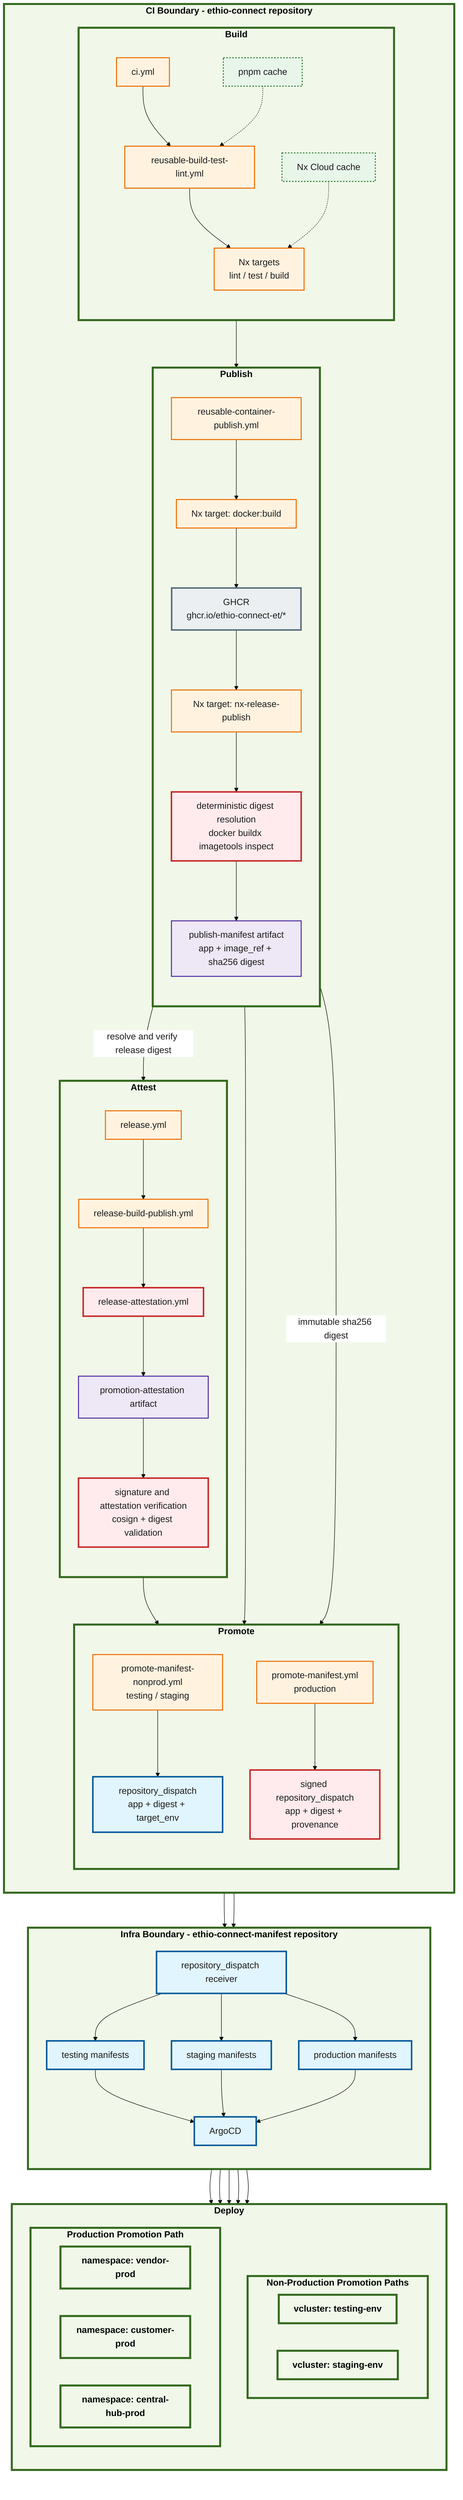
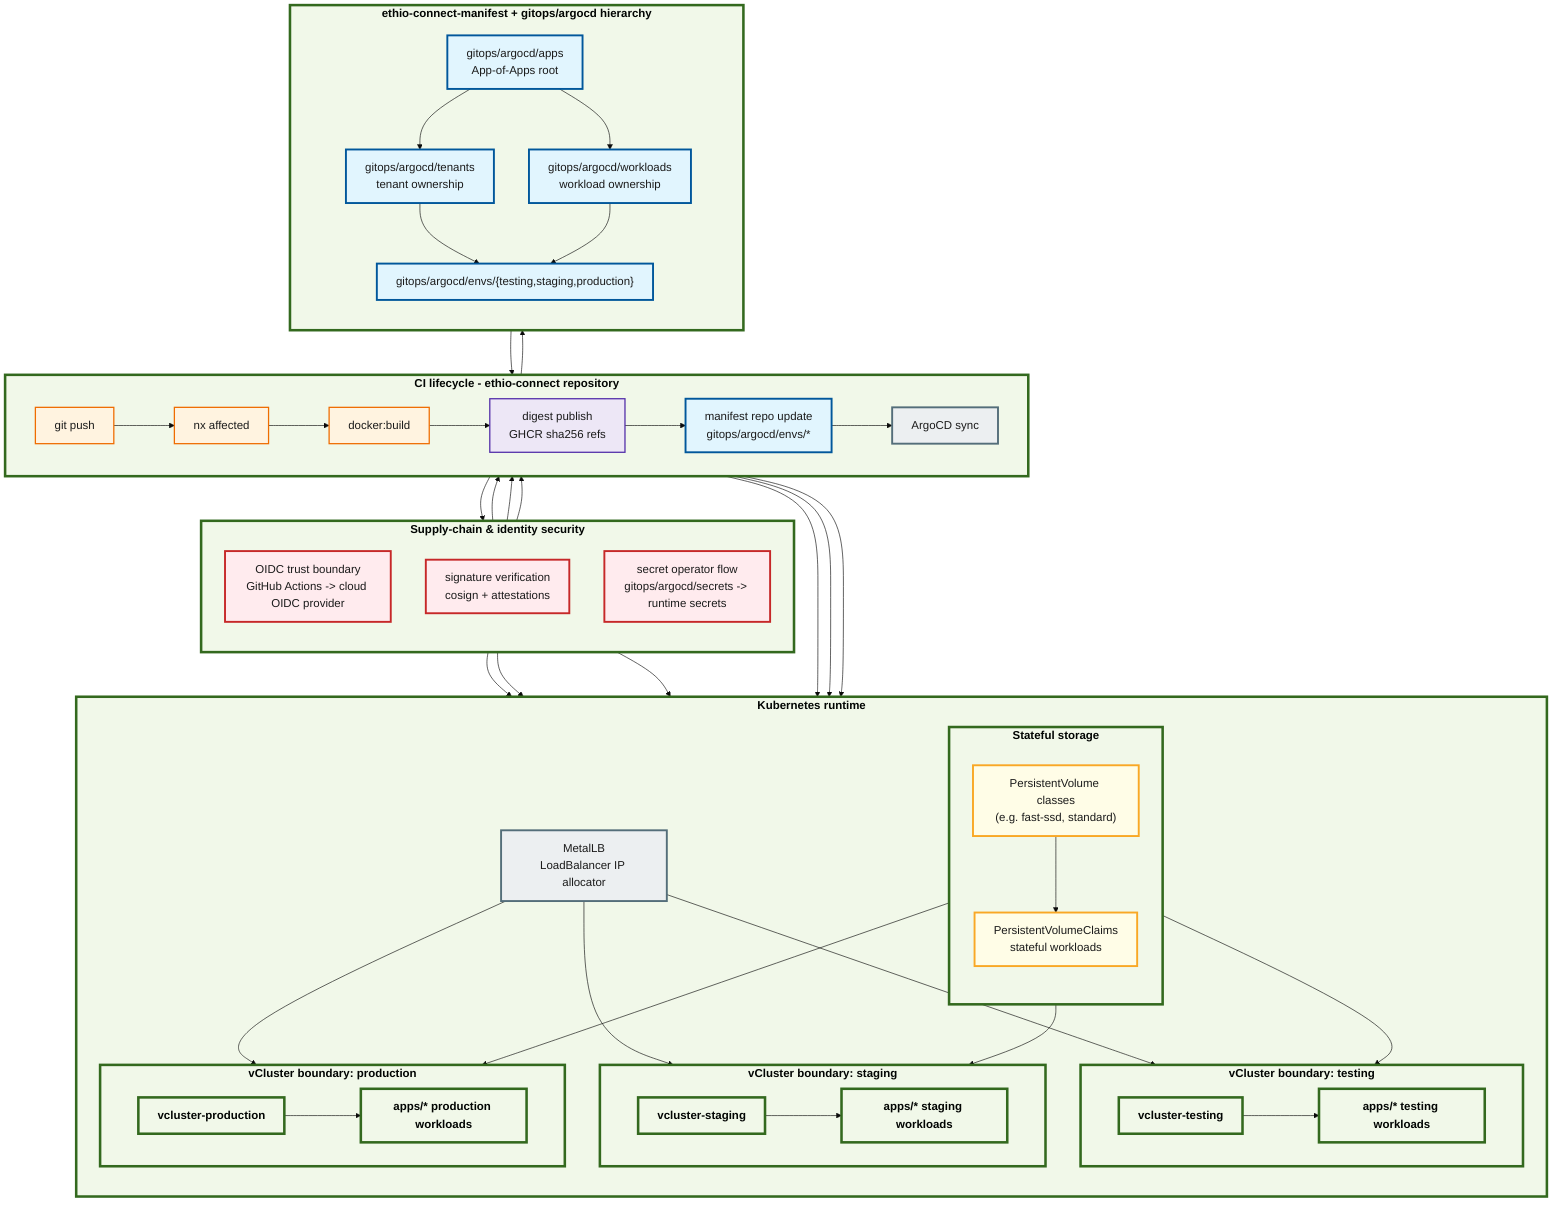
%%{init: {'theme': 'base', 'themeVariables': { 'fontSize': '18px', 'fontFamily': 'arial', 'primaryColor': '#e8f5e9', 'primaryTextColor': '#1b1b1b', 'edgeLabelBackground':'#ffffff' }, 'flowchart': {'nodeSpacing': 55, 'rankSpacing': 70}}}%%
flowchart TD
    classDef ci fill:#fff3e0,stroke:#ef6c00,stroke-width:2px;
    classDef infra fill:#eceff1,stroke:#546e7a,stroke-width:3px;
    classDef cluster fill:#f1f8e9,stroke:#33691e,stroke-width:4px,font-weight:bold;
    classDef gitops fill:#e1f5fe,stroke:#01579b,stroke-width:3px;
    classDef security fill:#ffebee,stroke:#c62828,stroke-width:3px;
    classDef artifact fill:#ede7f6,stroke:#512da8,stroke-width:2px;
-     classDef cache fill:#e8f5e9,stroke:#2e7d32,stroke-width:2px,stroke-dasharray: 3 3;
+     classDef storage fill:#fffde7,stroke:#f9a825,stroke-width:3px;

-     subgraph Source["CI Boundary - ethio-connect repository"]
+     subgraph CI["CI lifecycle - ethio-connect repository"]
+         direction LR
+         Push["git push"]:::ci
+         Affected["nx affected"]:::ci
+         DockerBuild["docker:build"]:::ci
+         DigestPublish["digest publish\nGHCR sha256 refs"]:::artifact
+         ManifestUpdate["manifest repo update\ngitops/argocd/envs/*"]:::gitops
+         ArgoSync["ArgoCD sync"]:::infra
+     end
+ 
+     subgraph Security["Supply-chain & identity security"]
        direction TB
+         OIDC["OIDC trust boundary\nGitHub Actions -> cloud OIDC provider"]:::security
+         SigVerify["signature verification\ncosign + attestations"]:::security
+         SecretOperator["secret operator flow\ngitops/argocd/secrets -> runtime secrets"]:::security
+     end

-         subgraph Build["Build"]
-             direction TB
-             CIWorkflow["ci.yml"]:::ci
-             QualityWorkflow["reusable-build-test-lint.yml"]:::ci
-             QualityTargets["Nx targets\nlint / test / build"]:::ci
-             PnpmCache["pnpm cache"]:::cache
-             NxCloudCache["Nx Cloud cache"]:::cache
+     subgraph Manifest["ethio-connect-manifest + gitops/argocd hierarchy"]
+         direction TB
+         RootApp["gitops/argocd/apps\nApp-of-Apps root"]:::gitops
+         TenantDefs["gitops/argocd/tenants\ntenant ownership"]:::gitops
+         WorkloadDefs["gitops/argocd/workloads\nworkload ownership"]:::gitops
+         EnvOverlays["gitops/argocd/envs/{testing,staging,production}"]:::gitops
+     end
+ 
+     subgraph Cluster["Kubernetes runtime"]
+         direction TB
+         MetalLB["MetalLB\nLoadBalancer IP allocator"]:::infra
+ 
+         subgraph TestingBoundary["vCluster boundary: testing"]
+             direction LR
+             TestingVCluster["vcluster-testing"]:::cluster
+             TestingApps["apps/* testing workloads"]:::cluster
        end

-         subgraph Publish["Publish"]
-             direction TB
-             ContainerWorkflow["reusable-container-publish.yml"]:::ci
-             DockerTarget["Nx target: docker:build"]:::ci
-             PublishTarget["Nx target: nx-release-publish"]:::ci
-             GHCR["GHCR\nghcr.io/ethio-connect-et/*"]:::infra
-             DigestResolve["deterministic digest resolution\ndocker buildx imagetools inspect"]:::security
-             PublishManifest["publish-manifest artifact\napp + image_ref + sha256 digest"]:::artifact
+         subgraph StagingBoundary["vCluster boundary: staging"]
+             direction LR
+             StagingVCluster["vcluster-staging"]:::cluster
+             StagingApps["apps/* staging workloads"]:::cluster
        end

-         subgraph Attest["Attest"]
-             direction TB
-             ReleaseWorkflow["release.yml"]:::ci
-             ReleaseBuildPublish["release-build-publish.yml"]:::ci
-             ReleaseAttestation["release-attestation.yml"]:::security
-             PromotionAttestation["promotion-attestation artifact"]:::artifact
-             VerifyBeforeProd["signature and attestation verification\ncosign + digest validation"]:::security
+         subgraph ProductionBoundary["vCluster boundary: production"]
+             direction LR
+             ProductionVCluster["vcluster-production"]:::cluster
+             ProdApps["apps/* production workloads"]:::cluster
        end

-         subgraph Promote["Promote"]
+         subgraph Storage["Stateful storage"]
            direction TB
-             NonProdPromote["promote-manifest-nonprod.yml\ntesting / staging"]:::ci
-             ProdPromote["promote-manifest.yml\nproduction"]:::ci
-             NonProdDispatch["repository_dispatch\napp + digest + target_env"]:::gitops
-             ProdSignedDispatch["signed repository_dispatch\napp + digest + provenance"]:::security
+             PVClass["PersistentVolume classes\n(e.g. fast-ssd, standard)"]:::storage
+             PVCs["PersistentVolumeClaims\nstateful workloads"]:::storage
        end
    end

-     subgraph Manifest["Infra Boundary - ethio-connect-manifest repository"]
-         direction TB
-         ManifestDispatch["repository_dispatch receiver"]:::gitops
-         TestingOverlay["testing manifests"]:::gitops
-         StagingOverlay["staging manifests"]:::gitops
-         ProductionOverlay["production manifests"]:::gitops
-         ArgoCD["ArgoCD"]:::gitops
-     end
+     Push --> Affected --> DockerBuild --> DigestPublish --> ManifestUpdate --> ArgoSync
+     OIDC --> Affected
+     OIDC --> DockerBuild
+     DigestPublish --> SigVerify
+     SigVerify --> ManifestUpdate

-     subgraph Deploy["Deploy"]
-         direction TB
-         subgraph NonProdClusters["Non-Production Promotion Paths"]
-             direction LR
-             TestingVCluster["vcluster: testing-env"]:::cluster
-             StagingVCluster["vcluster: staging-env"]:::cluster
-         end
+     ManifestUpdate --> RootApp
+     RootApp --> TenantDefs
+     RootApp --> WorkloadDefs
+     TenantDefs --> EnvOverlays
+     WorkloadDefs --> EnvOverlays
+     EnvOverlays --> ArgoSync

-         subgraph ProdCluster["Production Promotion Path"]
-             direction LR
-             VendorProd["namespace: vendor-prod"]:::cluster
-             CustomerProd["namespace: customer-prod"]:::cluster
-             CentralHubProd["namespace: central-hub-prod"]:::cluster
-         end
-     end
+     ArgoSync --> TestingVCluster
+     ArgoSync --> StagingVCluster
+     ArgoSync --> ProductionVCluster

-     CIWorkflow --> QualityWorkflow
-     QualityWorkflow --> QualityTargets
-     PnpmCache -.-> QualityWorkflow
-     NxCloudCache -.-> QualityTargets
+     MetalLB --> TestingVCluster
+     MetalLB --> StagingVCluster
+     MetalLB --> ProductionVCluster

-     QualityTargets --> ContainerWorkflow
-     ContainerWorkflow --> DockerTarget
-     DockerTarget --> GHCR
-     GHCR --> PublishTarget
-     PublishTarget --> DigestResolve
-     DigestResolve --> PublishManifest
+     TestingVCluster --> TestingApps
+     StagingVCluster --> StagingApps
+     ProductionVCluster --> ProdApps

-     PublishManifest --> NonProdPromote
-     GHCR -->|immutable sha256 digest| NonProdPromote
-     NonProdPromote --> NonProdDispatch
-     NonProdDispatch --> ManifestDispatch
-     ManifestDispatch --> TestingOverlay
-     ManifestDispatch --> StagingOverlay
-     TestingOverlay --> ArgoCD
-     StagingOverlay --> ArgoCD
-     ArgoCD --> TestingVCluster
-     ArgoCD --> StagingVCluster
+     PVClass --> PVCs
+     PVCs --> TestingApps
+     PVCs --> StagingApps
+     PVCs --> ProdApps

-     ReleaseWorkflow --> ReleaseBuildPublish
-     ReleaseBuildPublish --> ReleaseAttestation
-     ReleaseAttestation --> PromotionAttestation
-     PromotionAttestation --> VerifyBeforeProd
-     GHCR -->|resolve and verify release digest| VerifyBeforeProd
-     VerifyBeforeProd --> ProdPromote
-     ProdPromote --> ProdSignedDispatch
-     ProdSignedDispatch --> ManifestDispatch
-     ManifestDispatch --> ProductionOverlay
-     ProductionOverlay --> ArgoCD
-     ArgoCD --> VendorProd
-     ArgoCD --> CustomerProd
-     ArgoCD --> CentralHubProd+     SecretOperator --> TestingVCluster
+     SecretOperator --> StagingVCluster
+     SecretOperator --> ProductionVCluster
